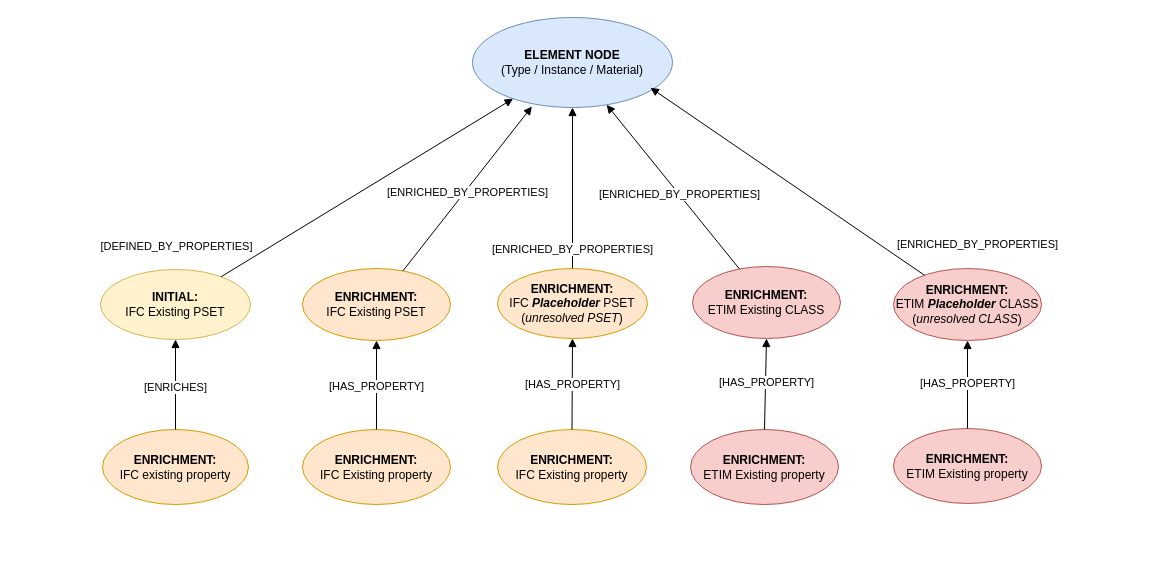
BenoitLoze1977/liverpool_csck700_capstone_project keeps this draw.io diagram as references/graph_enrichment_layer.drawio. Above is the earlier version. Source tidied: cells renumbered, new cells numbered last; positions are measured from the earlier drawing's top-left corner, leaving out a move shared by most shapes. Both pictures are drawn from the tidied source at 100%, with x=0, y=0 at pixel (100, 17).
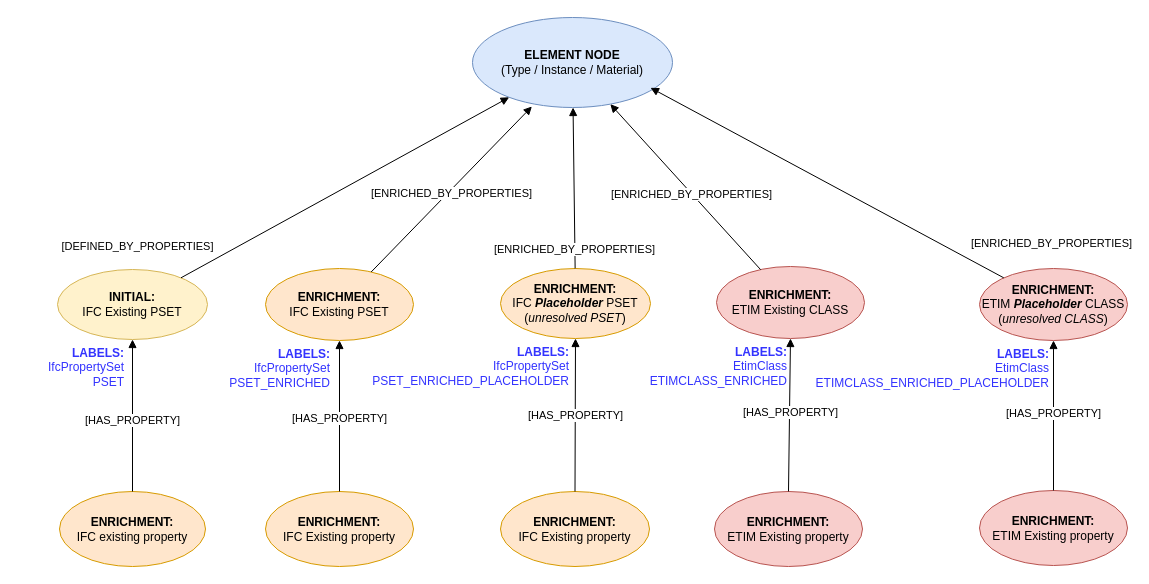
The same diagram, later.

What changed in the source:
```diff
@@
     <mxCell id="3" value="&lt;b&gt;INITIAL:&lt;/b&gt;&lt;div&gt;IFC Existing PSET&lt;/div&gt;" style="ellipse;whiteSpace=wrap;html=1;fillColor=#fff2cc;strokeColor=#d6b656;" parent="1" vertex="1">
-      <mxGeometry y="252" width="150" height="70" as="geometry" />
+      <mxGeometry x="-43" y="252" width="150" height="70" as="geometry" />
     </mxCell>
     <mxCell id="4" value="&lt;b&gt;ENRICHMENT:&lt;/b&gt;&lt;br&gt;&lt;div&gt;IFC &lt;b&gt;&lt;i&gt;Placeholder&lt;/i&gt;&lt;/b&gt; PSET&lt;/div&gt;&lt;div&gt;(&lt;i&gt;unresolved PSET&lt;/i&gt;)&lt;/div&gt;" style="ellipse;whiteSpace=wrap;html=1;fillColor=#ffe6cc;strokeColor=#d79b00;" parent="1" vertex="1">
-      <mxGeometry x="397" y="251" width="150" height="70" as="geometry" />
+      <mxGeometry x="400" y="251" width="150" height="70" as="geometry" />
     </mxCell>
     <mxCell id="5" value="&lt;b&gt;ENRICHMENT:&lt;/b&gt;&lt;br&gt;&lt;div&gt;IFC existing property&lt;/div&gt;" style="ellipse;whiteSpace=wrap;html=1;fillColor=#ffe6cc;strokeColor=#d79b00;" parent="1" vertex="1">
-      <mxGeometry x="2" y="412" width="146" height="75" as="geometry" />
+      <mxGeometry x="-41" y="474" width="146" height="75" as="geometry" />
     </mxCell>
     <mxCell id="6" value="&lt;b&gt;ENRICHMENT:&lt;/b&gt;&lt;br&gt;&lt;div&gt;IFC Existing property&lt;/div&gt;" style="ellipse;whiteSpace=wrap;html=1;fillColor=#ffe6cc;strokeColor=#d79b00;" parent="1" vertex="1">
-      <mxGeometry x="397" y="412" width="149" height="75" as="geometry" />
+      <mxGeometry x="400" y="474" width="149" height="75" as="geometry" />
     </mxCell>
@@
-    <mxCell id="9" value="[ENRICHES]" style="endArrow=block;html=1;" parent="1" edge="1" source="5" target="3">
+    <mxCell id="9" value="[HAS_PROPERTY]" style="endArrow=block;html=1;" parent="1" edge="1" source="5" target="3">
       <mxGeometry x="-0.07" relative="1" as="geometry" />
     </mxCell>
@@
     <mxCell id="11" value="&lt;b&gt;ENRICHMENT:&lt;/b&gt;&lt;div&gt;IFC Existing PSET&lt;/div&gt;" style="ellipse;whiteSpace=wrap;html=1;fillColor=#ffe6cc;strokeColor=#d79b00;" parent="1" vertex="1">
-      <mxGeometry x="202" y="251" width="148" height="72" as="geometry" />
+      <mxGeometry x="165" y="251" width="148" height="72" as="geometry" />
     </mxCell>
@@
     <mxCell id="13" value="&lt;b&gt;ENRICHMENT:&lt;/b&gt;&lt;br&gt;&lt;div&gt;IFC Existing property&lt;/div&gt;" style="ellipse;whiteSpace=wrap;html=1;fillColor=#ffe6cc;strokeColor=#d79b00;" parent="1" vertex="1">
-      <mxGeometry x="202" y="412" width="148" height="75" as="geometry" />
+      <mxGeometry x="165" y="474" width="148" height="75" as="geometry" />
     </mxCell>
@@
     <mxCell id="15" value="&lt;b&gt;ENRICHMENT:&lt;/b&gt;&lt;br&gt;&lt;div&gt;ETIM Existing CLASS&lt;/div&gt;" style="ellipse;whiteSpace=wrap;html=1;fillColor=#f8cecc;strokeColor=#b85450;" parent="1" vertex="1">
-      <mxGeometry x="592" y="249" width="148" height="72" as="geometry" />
+      <mxGeometry x="616" y="249" width="148" height="72" as="geometry" />
     </mxCell>
@@
     <mxCell id="17" value="&lt;b&gt;ENRICHMENT:&lt;/b&gt;&lt;br&gt;&lt;div&gt;ETIM Existing property&lt;/div&gt;" style="ellipse;whiteSpace=wrap;html=1;fillColor=#f8cecc;strokeColor=#b85450;" parent="1" vertex="1">
-      <mxGeometry x="590" y="412" width="148" height="75" as="geometry" />
+      <mxGeometry x="614" y="474" width="148" height="75" as="geometry" />
     </mxCell>
@@
     <mxCell id="19" value="&lt;b&gt;ENRICHMENT:&lt;/b&gt;&lt;br&gt;&lt;div&gt;&lt;div&gt;ETIM &lt;i&gt;&lt;b&gt;Placeholder &lt;/b&gt;&lt;/i&gt;CLASS&lt;/div&gt;&lt;div&gt;(&lt;i&gt;unresolved CLASS&lt;/i&gt;)&lt;/div&gt;&lt;/div&gt;" style="ellipse;whiteSpace=wrap;html=1;fillColor=#f8cecc;strokeColor=#b85450;" parent="1" vertex="1">
-      <mxGeometry x="793" y="251" width="148" height="72" as="geometry" />
+      <mxGeometry x="879" y="251" width="148" height="72" as="geometry" />
     </mxCell>
@@
     <mxCell id="21" value="&lt;b&gt;ENRICHMENT:&lt;/b&gt;&lt;br&gt;&lt;div&gt;ETIM Existing property&lt;/div&gt;" style="ellipse;whiteSpace=wrap;html=1;fillColor=#f8cecc;strokeColor=#b85450;" parent="1" vertex="1">
-      <mxGeometry x="793" y="411" width="148" height="75" as="geometry" />
+      <mxGeometry x="879" y="473" width="148" height="75" as="geometry" />
     </mxCell>
@@
+    <mxCell id="23" value="&lt;b&gt;&lt;font style=&quot;color: rgb(51, 51, 255);&quot;&gt;LABELS:&lt;/font&gt;&lt;/b&gt;&lt;div&gt;&lt;font style=&quot;color: rgb(51, 51, 255);&quot;&gt;IfcPropertySet&lt;/font&gt;&lt;/div&gt;&lt;div&gt;&lt;font style=&quot;color: rgb(51, 51, 255);&quot;&gt;PSET&lt;/font&gt;&lt;/div&gt;" style="text;html=1;align=right;verticalAlign=middle;whiteSpace=wrap;rounded=0;" parent="1" vertex="1">
+      <mxGeometry x="-83" y="322" width="109" height="56" as="geometry" />
+    </mxCell>
+    <mxCell id="24" value="&lt;b&gt;&lt;font style=&quot;color: rgb(51, 51, 255);&quot;&gt;LABELS:&lt;/font&gt;&lt;/b&gt;&lt;div&gt;&lt;font style=&quot;color: rgb(51, 51, 255);&quot;&gt;IfcPropertySet&lt;/font&gt;&lt;/div&gt;&lt;div&gt;&lt;font style=&quot;color: rgb(51, 51, 255);&quot;&gt;PSET_ENRICHED&lt;/font&gt;&lt;/div&gt;" style="text;html=1;align=right;verticalAlign=middle;whiteSpace=wrap;rounded=0;" parent="1" vertex="1">
+      <mxGeometry x="98" y="323" width="134" height="56" as="geometry" />
+    </mxCell>
+    <mxCell id="25" value="&lt;b&gt;&lt;font style=&quot;color: rgb(51, 51, 255);&quot;&gt;LABELS:&lt;/font&gt;&lt;/b&gt;&lt;div&gt;&lt;font style=&quot;color: rgb(51, 51, 255);&quot;&gt;IfcPropertySet&lt;/font&gt;&lt;/div&gt;&lt;div&gt;&lt;font style=&quot;color: rgb(51, 51, 255);&quot;&gt;PSET_ENRICHED_PLACEHOLDER&lt;/font&gt;&lt;/div&gt;" style="text;html=1;align=right;verticalAlign=middle;whiteSpace=wrap;rounded=0;" parent="1" vertex="1">
+      <mxGeometry x="266" y="321" width="205" height="56" as="geometry" />
+    </mxCell>
+    <mxCell id="26" value="&lt;b&gt;&lt;font style=&quot;color: rgb(51, 51, 255);&quot;&gt;LABELS:&lt;/font&gt;&lt;/b&gt;&lt;div&gt;&lt;font style=&quot;color: rgb(51, 51, 255);&quot;&gt;EtimClass&lt;/font&gt;&lt;/div&gt;&lt;div&gt;&lt;font style=&quot;color: rgb(51, 51, 255);&quot;&gt;ETIMCLASS_ENRICHED&lt;/font&gt;&lt;/div&gt;" style="text;html=1;align=right;verticalAlign=middle;whiteSpace=wrap;rounded=0;" parent="1" vertex="1">
+      <mxGeometry x="482" y="321" width="207" height="56" as="geometry" />
+    </mxCell>
+    <mxCell id="27" value="&lt;b&gt;&lt;font style=&quot;color: rgb(51, 51, 255);&quot;&gt;LABELS:&lt;/font&gt;&lt;/b&gt;&lt;div&gt;&lt;font style=&quot;color: rgb(51, 51, 255);&quot;&gt;EtimClass&lt;/font&gt;&lt;/div&gt;&lt;div&gt;&lt;font style=&quot;color: rgb(51, 51, 255);&quot;&gt;ETIMCLASS_ENRICHED_PLACEHOLDER&lt;/font&gt;&lt;/div&gt;" style="text;html=1;align=right;verticalAlign=middle;whiteSpace=wrap;rounded=0;" parent="1" vertex="1">
+      <mxGeometry x="711" y="323" width="240" height="56" as="geometry" />
+    </mxCell>
```
